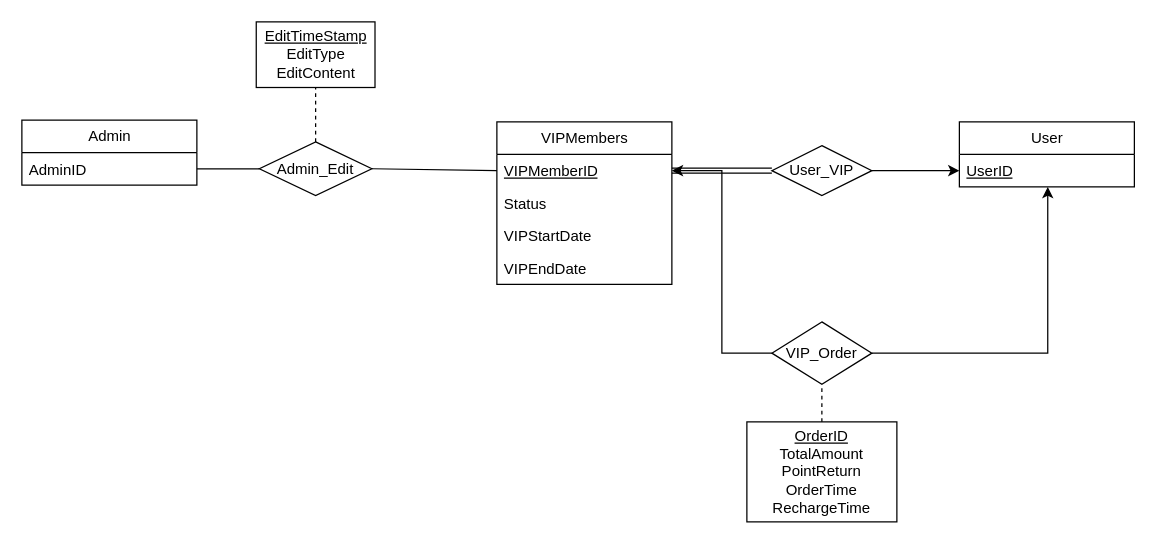
Earlier version of the draw.io diagram Resource/drawios/hjxGroup/VIP模块E-R图.drawio (LucasFrancis23213/DatabaseCourseDesign). Source tidied: cells renumbered, new cells numbered last; positions are measured from the earlier drawing's top-left corner, leaving out a move shared by most shapes. Both pictures are drawn from the tidied source at 125%, with x=0, y=0 at pixel (21, 21).
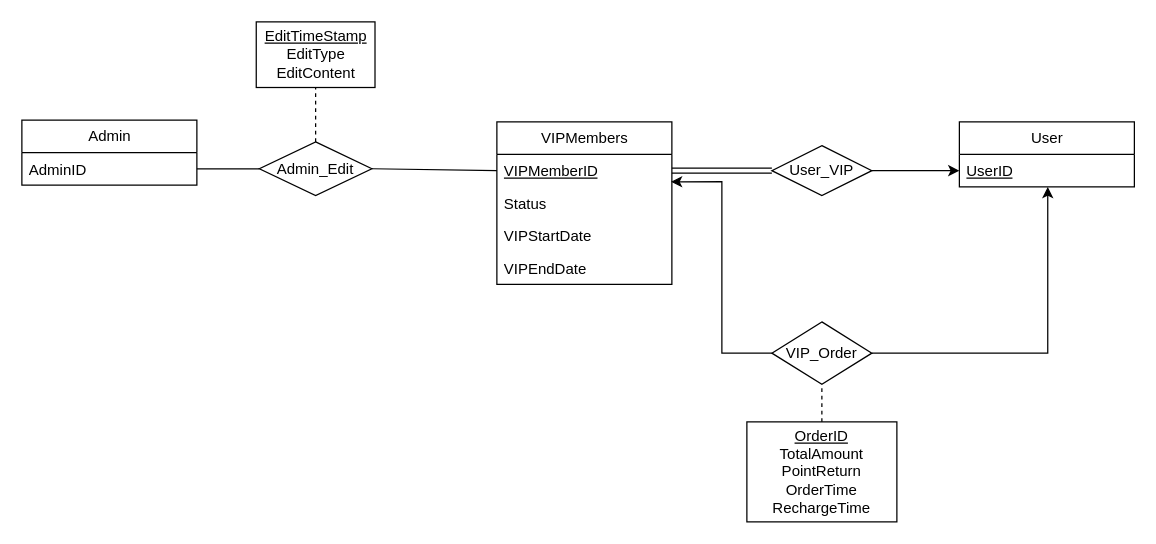
The same diagram, later.

Unchanged cells that the change refers to:
```xml
<mxCell id="3" value="&lt;u&gt;VIPMemberID&lt;/u&gt;" style="text;strokeColor=none;fillColor=none;align=left;verticalAlign=top;spacingLeft=4;spacingRight=4;overflow=hidden;points=[[0,0.5],[1,0.5]];portConstraint=eastwest;whiteSpace=wrap;html=1;" parent="2" vertex="1">
  <mxGeometry y="26" width="140" height="26" as="geometry" />
</mxCell>
<mxCell id="13" value="VIP_Order" style="rhombus;whiteSpace=wrap;html=1;" parent="1" vertex="1">
  <mxGeometry x="600" y="240" width="80" height="50" as="geometry" />
</mxCell>
```

Change to the diagram source:
```diff
@@
-    <mxCell id="12" style="edgeStyle=orthogonalEdgeStyle;rounded=0;jettySize=auto;html=1;exitX=0;exitY=0.5;exitDx=0;exitDy=0;" parent="1" edge="1" source="13" target="3">
+    <mxCell id="12" style="edgeStyle=orthogonalEdgeStyle;rounded=0;jettySize=auto;html=1;exitX=0;exitY=0.5;exitDx=0;exitDy=0;entryX=0.995;entryY=0.844;entryDx=0;entryDy=0;entryPerimeter=0;" parent="1" edge="1" source="13" target="3">
       <mxGeometry relative="1" as="geometry" />
     </mxCell>
```
